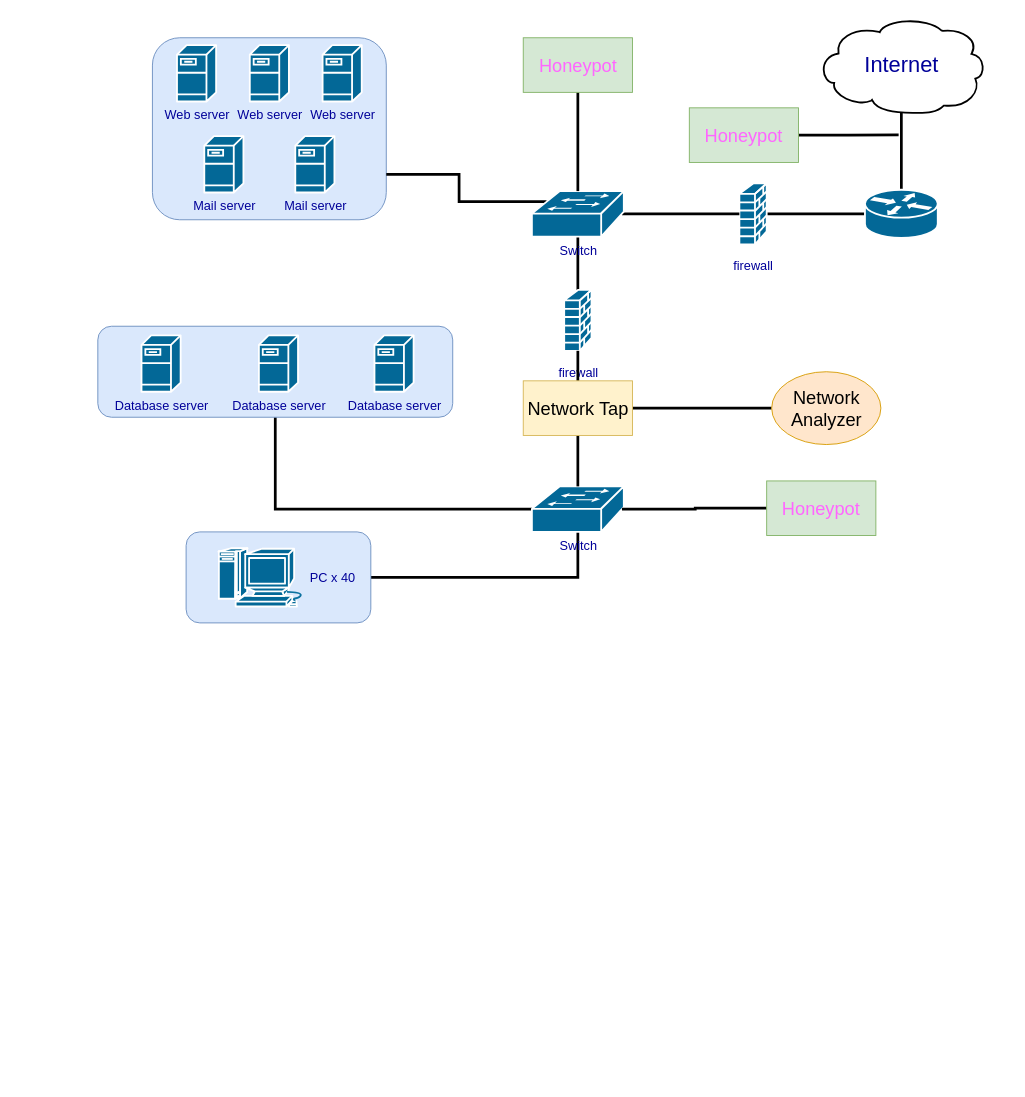
Earlier version of the draw.io diagram CP2414 - A1.drawio (HaoyiShan/CP-2414). Source tidied: cells renumbered, new cells numbered last; positions are measured from the earlier drawing's top-left corner, leaving out a move shared by most shapes. Both pictures are drawn from the tidied source at 91%, with x=0, y=0 at pixel (97, 16).
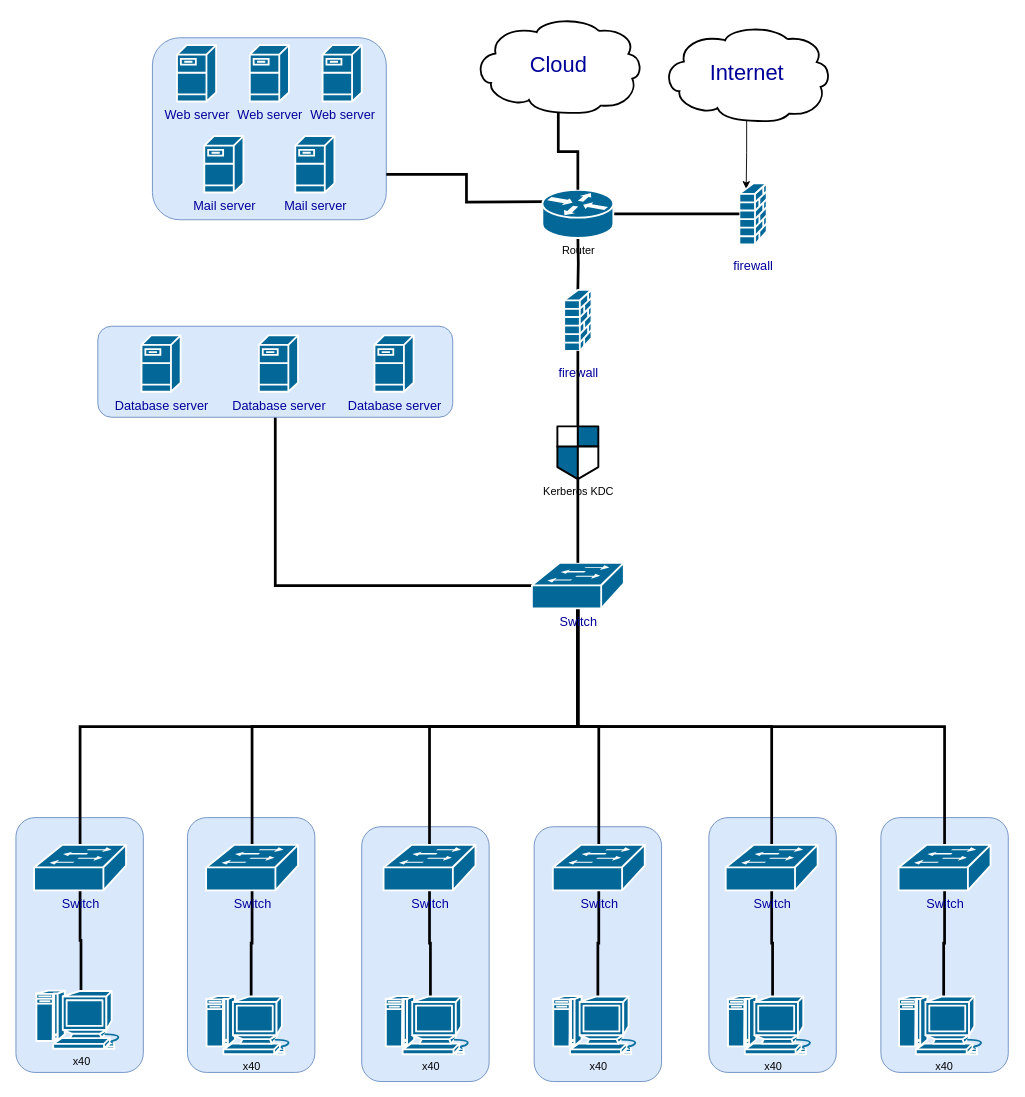
The same diagram, later.

The change refers to these unchanged cells:
```xml
<mxCell id="6" style="rounded=1;whiteSpace=wrap;html=1;fontSize=14;fillColor=#dae8fc;strokeColor=#6c8ebf;labelBackgroundColor=none;" parent="1" vertex="1">
  <mxGeometry x="60" y="23" width="257" height="200" as="geometry" />
</mxCell>
<mxCell id="10" value="&lt;font style=&quot;font-size: 14px;&quot;&gt;firewall&lt;/font&gt;" style="shape=mxgraph.cisco.security.firewall;sketch=0;html=1;dashed=0;fillColor=#036897;strokeColor=#ffffff;strokeWidth=2;verticalLabelPosition=bottom;verticalAlign=top;align=center;outlineConnect=0;fontSize=24;fontColor=#000099;" parent="1" vertex="1">
  <mxGeometry x="705" y="183" width="30" height="67" as="geometry" />
</mxCell>
<mxCell id="18" value="&lt;font style=&quot;font-size: 14px;&quot;&gt;firewall&lt;/font&gt;" style="shape=mxgraph.cisco.security.firewall;sketch=0;html=1;dashed=0;fillColor=#036897;strokeColor=#ffffff;strokeWidth=2;verticalLabelPosition=bottom;verticalAlign=top;align=center;outlineConnect=0;fontSize=24;fontColor=#000099;" parent="1" vertex="1">
  <mxGeometry x="512.5" y="300" width="30" height="67" as="geometry" />
</mxCell>
```

The edit, as a diff of the source:
```diff
@@
-    <mxCell id="2" style="edgeStyle=orthogonalEdgeStyle;rounded=0;jettySize=auto;html=1;exitX=1;exitY=0.5;exitDx=0;exitDy=0;entryX=0.5;entryY=0.98;entryDx=0;entryDy=0;entryPerimeter=0;strokeWidth=3;fontSize=20;fontColor=#FF66FF;endArrow=none;endFill=0;" parent="1" edge="1" source="3" target="22">
-      <mxGeometry relative="1" as="geometry" />
-    </mxCell>
-    <mxCell id="3" style="rounded=1;whiteSpace=wrap;html=1;labelBackgroundColor=none;fontSize=14;fillColor=#dae8fc;strokeColor=#6c8ebf;" parent="1" vertex="1">
-      <mxGeometry x="97" y="566" width="203" height="100" as="geometry" />
-    </mxCell>
+    <mxCell id="38" style="rounded=1;whiteSpace=wrap;html=1;labelBackgroundColor=none;fontSize=14;fillColor=#dae8fc;strokeColor=#6c8ebf;direction=south;" parent="1" vertex="1">
+      <mxGeometry x="860.5" y="880" width="140" height="280" as="geometry" />
+    </mxCell>
+    <mxCell id="39" style="rounded=1;whiteSpace=wrap;html=1;labelBackgroundColor=none;fontSize=14;fillColor=#dae8fc;strokeColor=#6c8ebf;direction=south;" parent="1" vertex="1">
+      <mxGeometry x="671.5" y="880" width="140" height="280" as="geometry" />
+    </mxCell>
+    <mxCell id="40" style="rounded=1;whiteSpace=wrap;html=1;labelBackgroundColor=none;fontSize=14;fillColor=#dae8fc;strokeColor=#6c8ebf;direction=south;" parent="1" vertex="1">
+      <mxGeometry x="479.5" y="890" width="140" height="280" as="geometry" />
+    </mxCell>
+    <mxCell id="41" style="rounded=1;whiteSpace=wrap;html=1;labelBackgroundColor=none;fontSize=14;fillColor=#dae8fc;strokeColor=#6c8ebf;direction=south;" parent="1" vertex="1">
+      <mxGeometry x="290" y="890" width="140" height="280" as="geometry" />
+    </mxCell>
+    <mxCell id="42" style="rounded=1;whiteSpace=wrap;html=1;labelBackgroundColor=none;fontSize=14;fillColor=#dae8fc;strokeColor=#6c8ebf;direction=south;" parent="1" vertex="1">
+      <mxGeometry x="98.5" y="880" width="140" height="280" as="geometry" />
+    </mxCell>
+    <mxCell id="43" style="rounded=1;whiteSpace=wrap;html=1;labelBackgroundColor=none;fontSize=14;fillColor=#dae8fc;strokeColor=#6c8ebf;direction=south;" parent="1" vertex="1">
+      <mxGeometry x="-90" y="880" width="140" height="280" as="geometry" />
+    </mxCell>
@@
-    <mxCell id="7" style="edgeStyle=orthogonalEdgeStyle;rounded=0;jettySize=auto;html=1;exitX=0.5;exitY=0.99;exitDx=0;exitDy=0;exitPerimeter=0;entryX=0.5;entryY=0;entryDx=0;entryDy=0;entryPerimeter=0;fontSize=14;fontColor=#000099;endArrow=none;endFill=0;strokeWidth=3;" parent="1" edge="1" source="8" target="11">
-      <mxGeometry relative="1" as="geometry" />
-    </mxCell>
+    <mxCell id="44" style="edgeStyle=orthogonalEdgeStyle;rounded=0;jettySize=auto;html=1;exitX=0.5;exitY=0.99;exitDx=0;exitDy=0;exitPerimeter=0;entryX=0.25;entryY=0.09;entryDx=0;entryDy=0;entryPerimeter=0;" parent="1" edge="1" source="8" target="10">
+      <mxGeometry relative="1" as="geometry" />
+    </mxCell>
     <mxCell id="8" value="&lt;font color=&quot;#000099&quot; style=&quot;font-size: 24px;&quot;&gt;Internet&lt;/font&gt;" style="shape=mxgraph.cisco.storage.cloud;sketch=0;html=1;dashed=0;strokeWidth=2;verticalLabelPosition=middle;verticalAlign=middle;align=center;outlineConnect=0;labelPosition=center;" parent="1" vertex="1">
-      <mxGeometry x="790" width="186" height="106" as="geometry" />
+      <mxGeometry x="620" y="9" width="186" height="106" as="geometry" />
     </mxCell>
-    <mxCell id="9" style="edgeStyle=orthogonalEdgeStyle;rounded=0;jettySize=auto;html=1;exitX=1;exitY=0.5;exitDx=0;exitDy=0;exitPerimeter=0;entryX=0;entryY=0.5;entryDx=0;entryDy=0;entryPerimeter=0;strokeWidth=3;fontSize=14;fontColor=#000099;endArrow=none;endFill=0;" parent="1" edge="1" source="10" target="11">
-      <mxGeometry relative="1" as="geometry" />
-    </mxCell>
@@
-    <mxCell id="11" style="shape=mxgraph.cisco.routers.router;sketch=0;html=1;dashed=0;fillColor=#036897;strokeColor=#ffffff;strokeWidth=2;verticalLabelPosition=bottom;verticalAlign=top;align=center;outlineConnect=0;fontSize=14;fontColor=#000099;" parent="1" vertex="1">
-      <mxGeometry x="843" y="190" width="80" height="53" as="geometry" />
-    </mxCell>
@@
-    <mxCell id="14" style="edgeStyle=orthogonalEdgeStyle;rounded=0;jettySize=auto;html=1;exitX=0.5;exitY=0.98;exitDx=0;exitDy=0;exitPerimeter=0;entryX=0.5;entryY=0;entryDx=0;entryDy=0;entryPerimeter=0;strokeWidth=3;fontSize=14;fontColor=#000099;endArrow=none;endFill=0;" parent="1" edge="1" source="17" target="18">
-      <mxGeometry relative="1" as="geometry" />
+    <mxCell id="14" style="edgeStyle=orthogonalEdgeStyle;rounded=0;jettySize=auto;html=1;exitX=0.5;exitY=0.98;exitDx=0;exitDy=0;exitPerimeter=0;entryX=0.5;entryY=0;entryDx=0;entryDy=0;entryPerimeter=0;strokeWidth=3;fontSize=14;fontColor=#000099;endArrow=none;endFill=0;" parent="1" edge="1" target="18">
+      <mxGeometry relative="1" as="geometry">
+        <mxPoint x="527.5" y="240.5" as="sourcePoint" />
+      </mxGeometry>
     </mxCell>
-    <mxCell id="15" style="edgeStyle=orthogonalEdgeStyle;rounded=0;jettySize=auto;html=1;exitX=0.98;exitY=0.5;exitDx=0;exitDy=0;exitPerimeter=0;entryX=0;entryY=0.5;entryDx=0;entryDy=0;entryPerimeter=0;strokeWidth=3;fontSize=14;fontColor=#000099;endArrow=none;endFill=0;" parent="1" edge="1" source="17" target="10">
+    <mxCell id="15" style="edgeStyle=orthogonalEdgeStyle;rounded=0;jettySize=auto;html=1;exitX=1;exitY=0.5;exitDx=0;exitDy=0;exitPerimeter=0;entryX=0;entryY=0.5;entryDx=0;entryDy=0;entryPerimeter=0;strokeWidth=3;fontSize=14;fontColor=#000099;endArrow=none;endFill=0;" parent="1" edge="1" source="70" target="10">
       <mxGeometry relative="1" as="geometry" />
     </mxCell>
-    <mxCell id="16" style="edgeStyle=orthogonalEdgeStyle;rounded=0;jettySize=auto;html=1;exitX=0.16;exitY=0.23;exitDx=0;exitDy=0;exitPerimeter=0;entryX=1;entryY=0.75;entryDx=0;entryDy=0;strokeWidth=3;fontSize=20;fontColor=#FF66FF;endArrow=none;endFill=0;" parent="1" edge="1" source="17" target="6">
-      <mxGeometry relative="1" as="geometry" />
+    <mxCell id="16" style="edgeStyle=orthogonalEdgeStyle;rounded=0;jettySize=auto;html=1;exitX=0.16;exitY=0.23;exitDx=0;exitDy=0;exitPerimeter=0;entryX=1;entryY=0.75;entryDx=0;entryDy=0;strokeWidth=3;fontSize=20;fontColor=#FF66FF;endArrow=none;endFill=0;" parent="1" edge="1" target="6">
+      <mxGeometry relative="1" as="geometry">
+        <mxPoint x="493.2" y="203" as="sourcePoint" />
+      </mxGeometry>
     </mxCell>
-    <mxCell id="17" value="Switch" style="shape=mxgraph.cisco.switches.workgroup_switch;sketch=0;html=1;dashed=0;fillColor=#036897;strokeColor=#ffffff;strokeWidth=2;verticalLabelPosition=bottom;verticalAlign=top;align=center;outlineConnect=0;fontSize=14;fontColor=#000099;" parent="1" vertex="1">
-      <mxGeometry x="477" y="191.5" width="101" height="50" as="geometry" />
-    </mxCell>
@@
+    <mxCell id="45" style="edgeStyle=orthogonalEdgeStyle;rounded=0;jettySize=auto;html=1;exitX=0.5;exitY=0;exitDx=0;exitDy=0;exitPerimeter=0;strokeWidth=3;endArrow=none;endFill=0;startArrow=none;" parent="1" edge="1" source="71" target="18">
+      <mxGeometry relative="1" as="geometry" />
+    </mxCell>
+    <mxCell id="46" style="edgeStyle=orthogonalEdgeStyle;rounded=0;jettySize=auto;html=1;exitX=0.5;exitY=0.98;exitDx=0;exitDy=0;exitPerimeter=0;startArrow=none;startFill=0;endArrow=none;endFill=0;strokeWidth=3;" parent="1" edge="1" source="22" target="57">
+      <mxGeometry relative="1" as="geometry" />
+    </mxCell>
+    <mxCell id="47" style="edgeStyle=orthogonalEdgeStyle;rounded=0;jettySize=auto;html=1;exitX=0.5;exitY=0.98;exitDx=0;exitDy=0;exitPerimeter=0;startArrow=none;startFill=0;endArrow=none;endFill=0;strokeWidth=3;" parent="1" edge="1" source="22" target="59">
+      <mxGeometry relative="1" as="geometry" />
+    </mxCell>
+    <mxCell id="48" style="edgeStyle=orthogonalEdgeStyle;rounded=0;jettySize=auto;html=1;exitX=0.5;exitY=0.98;exitDx=0;exitDy=0;exitPerimeter=0;entryX=0.5;entryY=0;entryDx=0;entryDy=0;entryPerimeter=0;startArrow=none;startFill=0;endArrow=none;endFill=0;strokeWidth=3;" parent="1" edge="1" source="22" target="55">
+      <mxGeometry relative="1" as="geometry" />
+    </mxCell>
+    <mxCell id="49" style="edgeStyle=orthogonalEdgeStyle;rounded=0;jettySize=auto;html=1;exitX=0.5;exitY=0.98;exitDx=0;exitDy=0;exitPerimeter=0;startArrow=none;startFill=0;endArrow=none;endFill=0;strokeWidth=3;" parent="1" edge="1" source="22" target="63">
+      <mxGeometry relative="1" as="geometry" />
+    </mxCell>
+    <mxCell id="50" style="edgeStyle=orthogonalEdgeStyle;rounded=0;jettySize=auto;html=1;exitX=0.5;exitY=0.98;exitDx=0;exitDy=0;exitPerimeter=0;entryX=0.5;entryY=0;entryDx=0;entryDy=0;entryPerimeter=0;startArrow=none;startFill=0;endArrow=none;endFill=0;strokeWidth=3;" parent="1" edge="1" source="22" target="53">
+      <mxGeometry relative="1" as="geometry" />
+    </mxCell>
+    <mxCell id="51" style="edgeStyle=orthogonalEdgeStyle;rounded=0;jettySize=auto;html=1;exitX=0.5;exitY=0.98;exitDx=0;exitDy=0;exitPerimeter=0;entryX=0.5;entryY=0;entryDx=0;entryDy=0;entryPerimeter=0;startArrow=none;startFill=0;endArrow=none;endFill=0;strokeWidth=3;" parent="1" edge="1" source="22" target="61">
+      <mxGeometry relative="1" as="geometry" />
+    </mxCell>
     <mxCell id="22" value="Switch" style="shape=mxgraph.cisco.switches.workgroup_switch;sketch=0;html=1;dashed=0;fillColor=#036897;strokeColor=#ffffff;strokeWidth=2;verticalLabelPosition=bottom;verticalAlign=top;align=center;outlineConnect=0;fontSize=14;fontColor=#000099;" parent="1" vertex="1">
-      <mxGeometry x="477" y="516" width="101" height="50" as="geometry" />
+      <mxGeometry x="477" y="600" width="101" height="50" as="geometry" />
     </mxCell>
@@
-    <mxCell id="26" value="PC x 40" style="shape=mxgraph.cisco.computers_and_peripherals.macintosh;sketch=0;dashed=0;fillColor=#036897;strokeColor=#ffffff;strokeWidth=2;verticalLabelPosition=middle;verticalAlign=middle;align=left;labelBackgroundColor=none;fontSize=14;fontColor=#000099;labelPosition=right;" parent="1" vertex="1">
-      <mxGeometry x="132.5" y="584" width="99" height="64" as="geometry" />
-    </mxCell>
-    <mxCell id="27" style="edgeStyle=orthogonalEdgeStyle;rounded=0;jettySize=auto;html=1;exitX=0.5;exitY=1;exitDx=0;exitDy=0;entryX=0.5;entryY=0;entryDx=0;entryDy=0;entryPerimeter=0;strokeWidth=3;fontSize=20;fontColor=#FF66FF;endArrow=none;endFill=0;" parent="1" edge="1" source="28" target="17">
-      <mxGeometry relative="1" as="geometry" />
-    </mxCell>
-    <mxCell id="28" value="&lt;font color=&quot;#ff66ff&quot; style=&quot;font-size: 20px;&quot;&gt;Honeypot&lt;/font&gt;" style="rounded=0;whiteSpace=wrap;html=1;labelBackgroundColor=none;fontSize=14;fillColor=#d5e8d4;strokeColor=#82b366;" parent="1" vertex="1">
-      <mxGeometry x="467.5" y="23" width="120" height="60" as="geometry" />
-    </mxCell>
-    <mxCell id="29" style="edgeStyle=orthogonalEdgeStyle;rounded=0;jettySize=auto;html=1;exitX=1;exitY=0.5;exitDx=0;exitDy=0;strokeWidth=3;fontSize=20;fontColor=#FF66FF;endArrow=none;endFill=0;" parent="1" edge="1" source="30">
-      <mxGeometry relative="1" as="geometry">
-        <mxPoint x="880" y="129.7" as="targetPoint" />
-      </mxGeometry>
-    </mxCell>
-    <mxCell id="30" value="&lt;font color=&quot;#ff66ff&quot; style=&quot;font-size: 20px;&quot;&gt;Honeypot&lt;/font&gt;" style="rounded=0;whiteSpace=wrap;html=1;labelBackgroundColor=none;fontSize=14;fillColor=#d5e8d4;strokeColor=#82b366;" parent="1" vertex="1">
-      <mxGeometry x="650" y="100" width="120" height="60" as="geometry" />
-    </mxCell>
-    <mxCell id="31" style="edgeStyle=orthogonalEdgeStyle;rounded=0;jettySize=auto;html=1;exitX=0;exitY=0.5;exitDx=0;exitDy=0;entryX=0.98;entryY=0.5;entryDx=0;entryDy=0;entryPerimeter=0;strokeWidth=3;fontSize=20;fontColor=#FF66FF;endArrow=none;endFill=0;" parent="1" edge="1" source="32" target="22">
-      <mxGeometry relative="1" as="geometry" />
-    </mxCell>
-    <mxCell id="32" value="&lt;font color=&quot;#ff66ff&quot; style=&quot;font-size: 20px;&quot;&gt;Honeypot&lt;/font&gt;" style="rounded=0;whiteSpace=wrap;html=1;labelBackgroundColor=none;fontSize=14;fillColor=#d5e8d4;strokeColor=#82b366;" parent="1" vertex="1">
-      <mxGeometry x="735" y="510" width="120" height="60" as="geometry" />
-    </mxCell>
-    <mxCell id="33" style="edgeStyle=orthogonalEdgeStyle;rounded=0;jettySize=auto;html=1;exitX=0.5;exitY=0;exitDx=0;exitDy=0;entryX=0.5;entryY=1;entryDx=0;entryDy=0;entryPerimeter=0;strokeWidth=3;fontSize=20;fontColor=#FF66FF;endArrow=none;endFill=0;" parent="1" edge="1" source="36" target="18">
-      <mxGeometry relative="1" as="geometry" />
-    </mxCell>
-    <mxCell id="34" style="edgeStyle=orthogonalEdgeStyle;rounded=0;jettySize=auto;html=1;exitX=1;exitY=0.5;exitDx=0;exitDy=0;entryX=0;entryY=0.5;entryDx=0;entryDy=0;strokeWidth=3;fontSize=20;fontColor=#FF66FF;endArrow=none;endFill=0;" parent="1" edge="1" source="36" target="37">
-      <mxGeometry relative="1" as="geometry" />
-    </mxCell>
-    <mxCell id="35" style="edgeStyle=orthogonalEdgeStyle;rounded=0;jettySize=auto;html=1;exitX=0.5;exitY=1;exitDx=0;exitDy=0;entryX=0.5;entryY=0;entryDx=0;entryDy=0;entryPerimeter=0;strokeWidth=3;fontSize=20;fontColor=#FF66FF;endArrow=none;endFill=0;" parent="1" edge="1" source="36" target="22">
-      <mxGeometry relative="1" as="geometry" />
-    </mxCell>
-    <mxCell id="36" value="Network Tap" style="rounded=0;whiteSpace=wrap;html=1;labelBackgroundColor=none;fontSize=20;fillColor=#fff2cc;strokeColor=#d6b656;" parent="1" vertex="1">
-      <mxGeometry x="467.5" y="400" width="120" height="60" as="geometry" />
-    </mxCell>
-    <mxCell id="37" value="Network Analyzer" style="ellipse;whiteSpace=wrap;html=1;labelBackgroundColor=none;fontSize=20;fillColor=#ffe6cc;strokeColor=#d79b00;" parent="1" vertex="1">
-      <mxGeometry x="740.5" y="390" width="120" height="80" as="geometry" />
-    </mxCell>
+    <mxCell id="52" style="edgeStyle=orthogonalEdgeStyle;rounded=0;jettySize=auto;html=1;exitX=0.5;exitY=0.98;exitDx=0;exitDy=0;exitPerimeter=0;entryX=0.5;entryY=0.01;entryDx=0;entryDy=0;entryPerimeter=0;strokeWidth=3;startArrow=none;startFill=0;endArrow=none;endFill=0;" parent="1" edge="1" source="53" target="65">
+      <mxGeometry relative="1" as="geometry" />
+    </mxCell>
+    <mxCell id="53" value="Switch" style="shape=mxgraph.cisco.switches.workgroup_switch;sketch=0;html=1;dashed=0;fillColor=#036897;strokeColor=#ffffff;strokeWidth=2;verticalLabelPosition=bottom;verticalAlign=top;align=center;outlineConnect=0;fontSize=14;fontColor=#000099;" parent="1" vertex="1">
+      <mxGeometry x="119" y="910" width="101" height="50" as="geometry" />
+    </mxCell>
+    <mxCell id="54" style="edgeStyle=orthogonalEdgeStyle;rounded=0;jettySize=auto;html=1;exitX=0.5;exitY=0.98;exitDx=0;exitDy=0;exitPerimeter=0;strokeWidth=3;startArrow=none;startFill=0;endArrow=none;endFill=0;" parent="1" edge="1" source="55" target="68">
+      <mxGeometry relative="1" as="geometry" />
+    </mxCell>
+    <mxCell id="55" value="Switch" style="shape=mxgraph.cisco.switches.workgroup_switch;sketch=0;html=1;dashed=0;fillColor=#036897;strokeColor=#ffffff;strokeWidth=2;verticalLabelPosition=bottom;verticalAlign=top;align=center;outlineConnect=0;fontSize=14;fontColor=#000099;" parent="1" vertex="1">
+      <mxGeometry x="690" y="910" width="101" height="50" as="geometry" />
+    </mxCell>
+    <mxCell id="56" style="edgeStyle=orthogonalEdgeStyle;rounded=0;jettySize=auto;html=1;exitX=0.5;exitY=0.98;exitDx=0;exitDy=0;exitPerimeter=0;entryX=0.5;entryY=0.01;entryDx=0;entryDy=0;entryPerimeter=0;strokeWidth=3;startArrow=none;startFill=0;endArrow=none;endFill=0;" parent="1" edge="1" source="57" target="67">
+      <mxGeometry relative="1" as="geometry" />
+    </mxCell>
+    <mxCell id="57" value="Switch" style="shape=mxgraph.cisco.switches.workgroup_switch;sketch=0;html=1;dashed=0;fillColor=#036897;strokeColor=#ffffff;strokeWidth=2;verticalLabelPosition=bottom;verticalAlign=top;align=center;outlineConnect=0;fontSize=14;fontColor=#000099;" parent="1" vertex="1">
+      <mxGeometry x="500" y="910" width="101" height="50" as="geometry" />
+    </mxCell>
+    <mxCell id="58" style="edgeStyle=orthogonalEdgeStyle;rounded=0;jettySize=auto;html=1;entryX=0.5;entryY=0.01;entryDx=0;entryDy=0;entryPerimeter=0;strokeWidth=3;startArrow=none;startFill=0;endArrow=none;endFill=0;" parent="1" edge="1" source="59" target="66">
+      <mxGeometry relative="1" as="geometry" />
+    </mxCell>
+    <mxCell id="59" value="Switch" style="shape=mxgraph.cisco.switches.workgroup_switch;sketch=0;html=1;dashed=0;fillColor=#036897;strokeColor=#ffffff;strokeWidth=2;verticalLabelPosition=bottom;verticalAlign=top;align=center;outlineConnect=0;fontSize=14;fontColor=#000099;" parent="1" vertex="1">
+      <mxGeometry x="314" y="910" width="101" height="50" as="geometry" />
+    </mxCell>
+    <mxCell id="60" style="edgeStyle=orthogonalEdgeStyle;rounded=0;jettySize=auto;html=1;exitX=0.5;exitY=0.98;exitDx=0;exitDy=0;exitPerimeter=0;entryX=0.5;entryY=0.01;entryDx=0;entryDy=0;entryPerimeter=0;strokeWidth=3;startArrow=none;startFill=0;endArrow=none;endFill=0;" parent="1" edge="1" source="61" target="64">
+      <mxGeometry relative="1" as="geometry" />
+    </mxCell>
+    <mxCell id="61" value="Switch" style="shape=mxgraph.cisco.switches.workgroup_switch;sketch=0;html=1;dashed=0;fillColor=#036897;strokeColor=#ffffff;strokeWidth=2;verticalLabelPosition=bottom;verticalAlign=top;align=center;outlineConnect=0;fontSize=14;fontColor=#000099;" parent="1" vertex="1">
+      <mxGeometry x="-70" y="910" width="101" height="50" as="geometry" />
+    </mxCell>
+    <mxCell id="62" style="edgeStyle=orthogonalEdgeStyle;rounded=0;jettySize=auto;html=1;exitX=0.5;exitY=0.98;exitDx=0;exitDy=0;exitPerimeter=0;strokeWidth=3;startArrow=none;startFill=0;endArrow=none;endFill=0;" parent="1" edge="1" source="63" target="69">
+      <mxGeometry relative="1" as="geometry" />
+    </mxCell>
+    <mxCell id="63" value="Switch" style="shape=mxgraph.cisco.switches.workgroup_switch;sketch=0;html=1;dashed=0;fillColor=#036897;strokeColor=#ffffff;strokeWidth=2;verticalLabelPosition=bottom;verticalAlign=top;align=center;outlineConnect=0;fontSize=14;fontColor=#000099;" parent="1" vertex="1">
+      <mxGeometry x="880" y="910" width="101" height="50" as="geometry" />
+    </mxCell>
+    <mxCell id="64" value="x40" style="shape=mxgraph.cisco.computers_and_peripherals.macintosh;sketch=0;html=1;dashed=0;fillColor=#036897;strokeColor=#ffffff;strokeWidth=2;verticalLabelPosition=bottom;verticalAlign=top;align=center;outlineConnect=0;" parent="1" vertex="1">
+      <mxGeometry x="-68" y="1070" width="99" height="64" as="geometry" />
+    </mxCell>
+    <mxCell id="65" value="x40" style="shape=mxgraph.cisco.computers_and_peripherals.macintosh;sketch=0;html=1;dashed=0;fillColor=#036897;strokeColor=#ffffff;strokeWidth=2;verticalLabelPosition=bottom;verticalAlign=top;align=center;outlineConnect=0;" parent="1" vertex="1">
+      <mxGeometry x="119" y="1076" width="99" height="64" as="geometry" />
+    </mxCell>
+    <mxCell id="66" value="x40" style="shape=mxgraph.cisco.computers_and_peripherals.macintosh;sketch=0;html=1;dashed=0;fillColor=#036897;strokeColor=#ffffff;strokeWidth=2;verticalLabelPosition=bottom;verticalAlign=top;align=center;outlineConnect=0;" parent="1" vertex="1">
+      <mxGeometry x="316" y="1076" width="99" height="64" as="geometry" />
+    </mxCell>
+    <mxCell id="67" value="x40" style="shape=mxgraph.cisco.computers_and_peripherals.macintosh;sketch=0;html=1;dashed=0;fillColor=#036897;strokeColor=#ffffff;strokeWidth=2;verticalLabelPosition=bottom;verticalAlign=top;align=center;outlineConnect=0;" parent="1" vertex="1">
+      <mxGeometry x="500" y="1076" width="99" height="64" as="geometry" />
+    </mxCell>
+    <mxCell id="68" value="x40" style="shape=mxgraph.cisco.computers_and_peripherals.macintosh;sketch=0;html=1;dashed=0;fillColor=#036897;strokeColor=#ffffff;strokeWidth=2;verticalLabelPosition=bottom;verticalAlign=top;align=center;outlineConnect=0;" parent="1" vertex="1">
+      <mxGeometry x="692" y="1076" width="99" height="64" as="geometry" />
+    </mxCell>
+    <mxCell id="69" value="x40" style="shape=mxgraph.cisco.computers_and_peripherals.macintosh;sketch=0;html=1;dashed=0;fillColor=#036897;strokeColor=#ffffff;strokeWidth=2;verticalLabelPosition=bottom;verticalAlign=top;align=center;outlineConnect=0;" parent="1" vertex="1">
+      <mxGeometry x="880" y="1076" width="99" height="64" as="geometry" />
+    </mxCell>
+    <mxCell id="70" value="Router" style="shape=mxgraph.cisco.routers.router;sketch=0;html=1;dashed=0;fillColor=#036897;strokeColor=#ffffff;strokeWidth=2;verticalLabelPosition=bottom;verticalAlign=top;align=center;outlineConnect=0;" parent="1" vertex="1">
+      <mxGeometry x="488.5" y="190" width="78" height="53" as="geometry" />
+    </mxCell>
+    <mxCell id="71" value="Kerberos KDC" style="shape=mxgraph.cisco.security.network_security;sketch=0;html=1;dashed=0;fillColor=#036897;strokeColor=#ffffff;strokeWidth=2;verticalLabelPosition=bottom;verticalAlign=top;align=center;outlineConnect=0;" parent="1" vertex="1">
+      <mxGeometry x="505" y="450" width="45" height="58" as="geometry" />
+    </mxCell>
+    <mxCell id="72" style="edgeStyle=orthogonalEdgeStyle;rounded=0;jettySize=auto;html=1;exitX=0.5;exitY=0;exitDx=0;exitDy=0;exitPerimeter=0;strokeWidth=3;endArrow=none;endFill=0;" parent="1" edge="1" source="22" target="71">
+      <mxGeometry relative="1" as="geometry" />
+    </mxCell>
+    <mxCell id="73" style="edgeStyle=orthogonalEdgeStyle;rounded=0;jettySize=auto;html=1;exitX=0.5;exitY=0.99;exitDx=0;exitDy=0;exitPerimeter=0;entryX=0.5;entryY=0;entryDx=0;entryDy=0;entryPerimeter=0;strokeWidth=3;startArrow=none;startFill=0;endArrow=none;endFill=0;" parent="1" edge="1" source="74" target="70">
+      <mxGeometry relative="1" as="geometry" />
+    </mxCell>
+    <mxCell id="74" value="&lt;font size=&quot;5&quot; color=&quot;#000099&quot;&gt;&lt;span style=&quot;caret-color: rgb(0, 0, 153);&quot;&gt;Cloud&lt;/span&gt;&lt;/font&gt;" style="shape=mxgraph.cisco.storage.cloud;sketch=0;html=1;dashed=0;strokeWidth=2;verticalLabelPosition=middle;verticalAlign=middle;align=center;outlineConnect=0;labelPosition=center;" parent="1" vertex="1">
+      <mxGeometry x="413" width="186" height="106" as="geometry" />
+    </mxCell>
```
